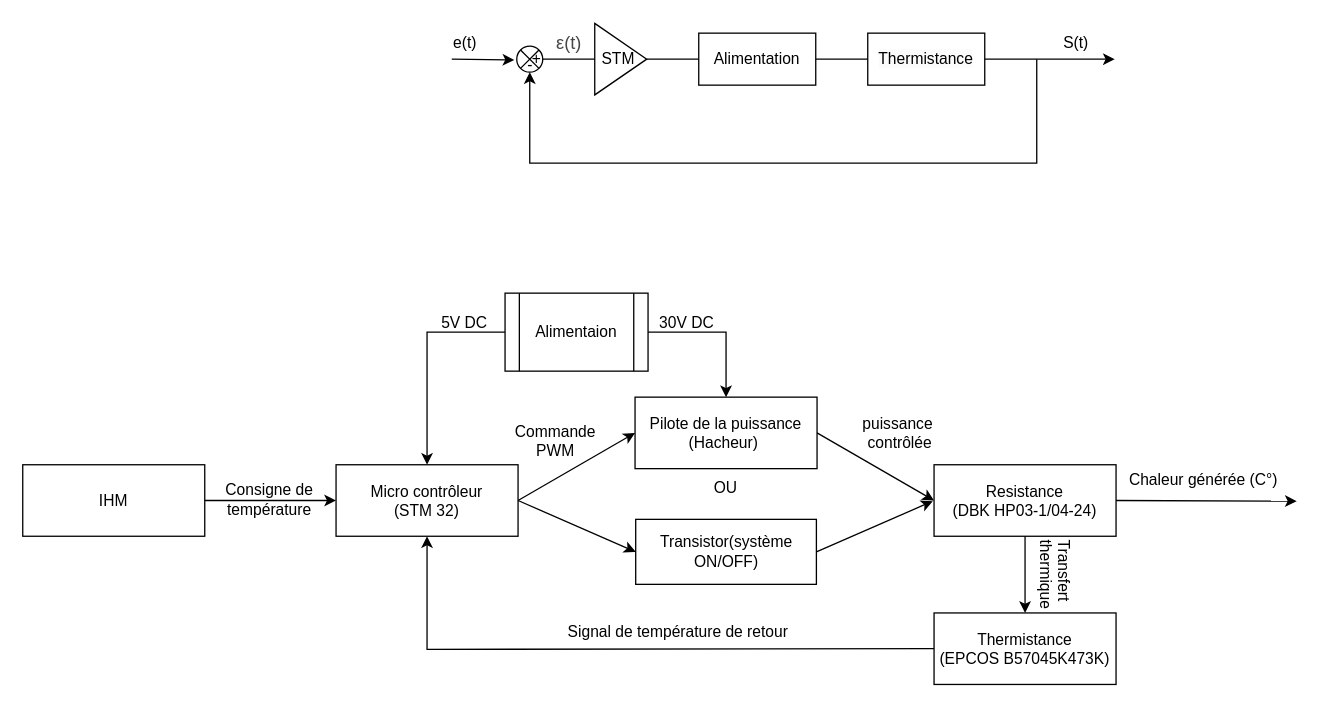
This is Diagramme sans nom.drawio from YassineSE/Projet-Instrumentation-Puissance-Syst-me, a draw.io file, before an edit. Source tidied: cells renumbered, new cells numbered last; positions are measured from the earlier drawing's top-left corner, leaving out a move shared by most shapes. Both pictures are drawn from the tidied source at 130%, with x=0, y=0 at pixel (22, 22).
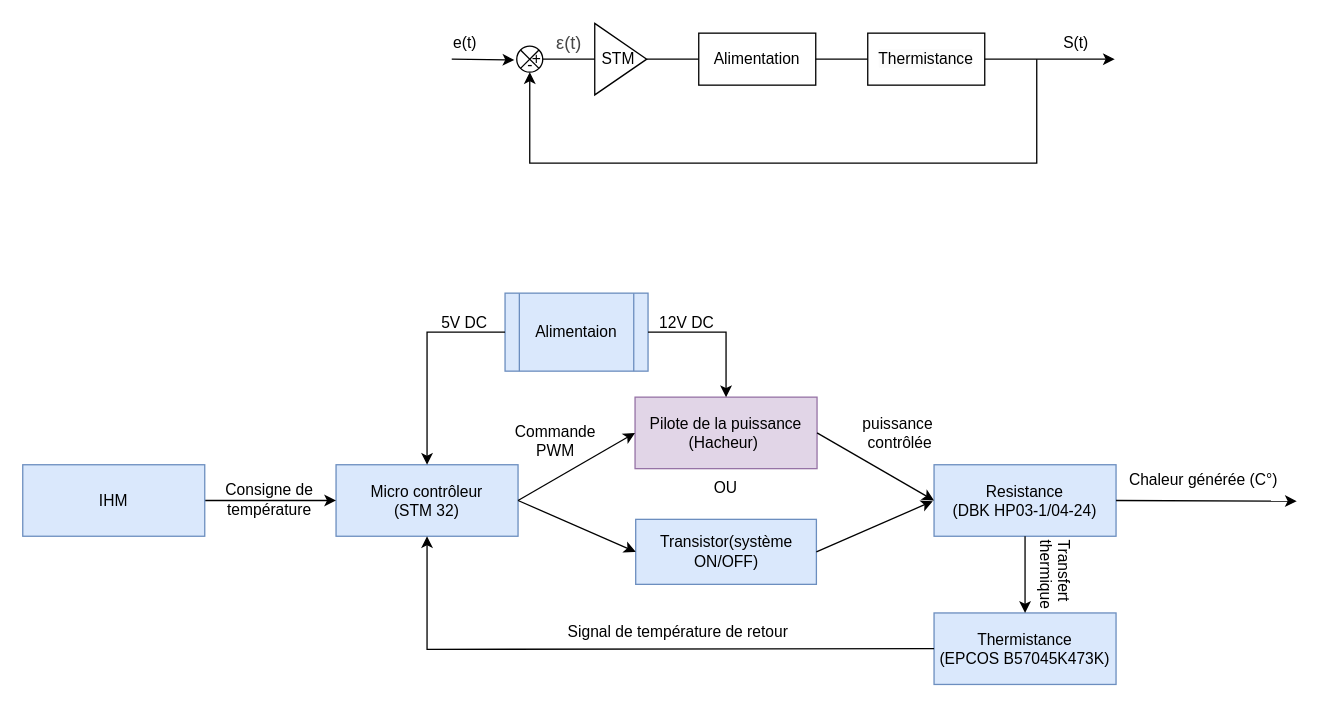
After the change.

Commit message:
Mettre à jour Diagramme sans nom.drawio

Change to the diagram source:
```diff
@@
-    <mxCell id="17" value="&lt;div&gt;Micro contrôleur&lt;/div&gt;(STM 32)" style="rounded=0;whiteSpace=wrap;html=1;" parent="1" vertex="1">
+    <mxCell id="17" value="&lt;div&gt;Micro contrôleur&lt;/div&gt;(STM 32)" style="rounded=0;whiteSpace=wrap;html=1;fillColor=#dae8fc;strokeColor=#6c8ebf;" parent="1" vertex="1">
       <mxGeometry x="241" y="340" width="140" height="55" as="geometry" />
     </mxCell>
-    <mxCell id="18" value="Pilote de la puissance (Hacheur)&amp;nbsp;" style="rounded=0;whiteSpace=wrap;html=1;" parent="1" vertex="1">
+    <mxCell id="18" value="Pilote de la puissance (Hacheur)&amp;nbsp;" style="rounded=0;whiteSpace=wrap;html=1;fillColor=#e1d5e7;strokeColor=#9673a6;" parent="1" vertex="1">
       <mxGeometry x="471" y="288" width="140" height="55" as="geometry" />
     </mxCell>
@@
-    <mxCell id="20" value="Alimentaion" style="shape=process;whiteSpace=wrap;html=1;backgroundOutline=1;" parent="1" vertex="1">
+    <mxCell id="20" value="Alimentaion" style="shape=process;whiteSpace=wrap;html=1;backgroundOutline=1;fillColor=#dae8fc;strokeColor=#6c8ebf;" parent="1" vertex="1">
       <mxGeometry x="371" y="208" width="110" height="60" as="geometry" />
     </mxCell>
@@
-    <mxCell id="24" value="30V DC" style="text;html=1;align=center;verticalAlign=middle;whiteSpace=wrap;rounded=0;" parent="1" vertex="1">
+    <mxCell id="24" value="12V DC" style="text;html=1;align=center;verticalAlign=middle;whiteSpace=wrap;rounded=0;" parent="1" vertex="1">
       <mxGeometry x="481" y="216" width="60" height="30" as="geometry" />
     </mxCell>
-    <mxCell id="25" value="Resistance&lt;div&gt;(DBK HP03-1/04-24)&lt;br&gt;&lt;/div&gt;" style="rounded=0;whiteSpace=wrap;html=1;" parent="1" vertex="1">
+    <mxCell id="25" value="Resistance&lt;div&gt;(DBK HP03-1/04-24)&lt;br&gt;&lt;/div&gt;" style="rounded=0;whiteSpace=wrap;html=1;fillColor=#dae8fc;strokeColor=#6c8ebf;" parent="1" vertex="1">
       <mxGeometry x="701" y="340" width="140" height="55" as="geometry" />
     </mxCell>
@@
-    <mxCell id="27" value="Thermistance&lt;div&gt;(EPCOS B57045K473K)&lt;br&gt;&lt;/div&gt;" style="rounded=0;whiteSpace=wrap;html=1;" parent="1" vertex="1">
+    <mxCell id="27" value="Thermistance&lt;div&gt;(EPCOS B57045K473K)&lt;br&gt;&lt;/div&gt;" style="rounded=0;whiteSpace=wrap;html=1;fillColor=#dae8fc;strokeColor=#6c8ebf;" parent="1" vertex="1">
       <mxGeometry x="701" y="454" width="140" height="55" as="geometry" />
     </mxCell>
@@
-    <mxCell id="34" value="IHM" style="rounded=0;whiteSpace=wrap;html=1;" parent="1" vertex="1">
+    <mxCell id="34" value="IHM" style="rounded=0;whiteSpace=wrap;html=1;fillColor=#dae8fc;strokeColor=#6c8ebf;" parent="1" vertex="1">
       <mxGeometry y="340" width="140" height="55" as="geometry" />
     </mxCell>
@@
-    <mxCell id="39" value="Transistor(système ON/OFF)" style="rounded=0;whiteSpace=wrap;html=1;" parent="1" vertex="1">
+    <mxCell id="39" value="Transistor(système ON/OFF)" style="rounded=0;whiteSpace=wrap;html=1;fillColor=#dae8fc;strokeColor=#6c8ebf;" parent="1" vertex="1">
       <mxGeometry x="471.5" y="382" width="139" height="50" as="geometry" />
     </mxCell>
```
